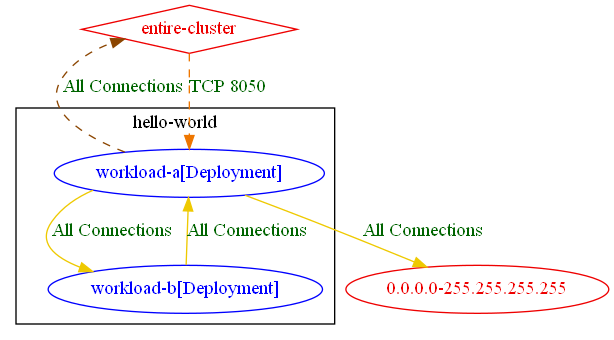
Before: test_outputs/connlist/exposure_matched_and_unmatched_rules_test_focus_workload_hello-world_workload-a_exposure_output.dot.png, a diagram exported from Graphviz (np-guard/netpol-analyzer). Its source is kept beside it as test_outputs/connlist/exposure_matched_and_unmatched_rules_test_focus_workload_hello-world_workload-a_exposure_output.dot.
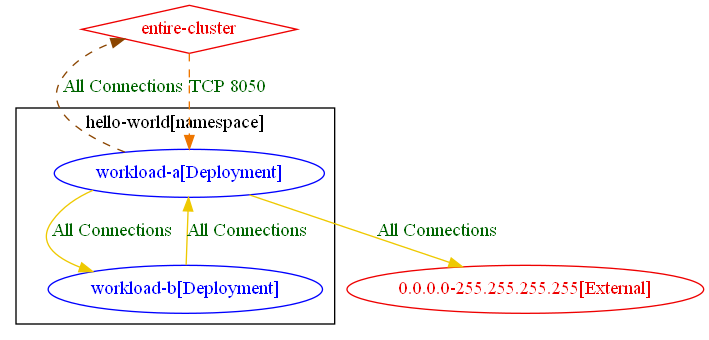
The same file after the commit.

Diff of the diagram source:
```diff
@@ -1,15 +1,15 @@
 digraph {
-	subgraph "cluster_hello_world" {
+	subgraph "cluster_hello_world[namespace]" {
 		color="black"
 		fontcolor="black"
 		"hello-world/workload-a[Deployment]" [label="workload-a[Deployment]" color="blue" fontcolor="blue"]
 		"hello-world/workload-b[Deployment]" [label="workload-b[Deployment]" color="blue" fontcolor="blue"]
-		label="hello-world"
+		label="hello-world[namespace]"
 	}
-	"0.0.0.0-255.255.255.255" [label="0.0.0.0-255.255.255.255" color="red2" fontcolor="red2"]
+	"0.0.0.0-255.255.255.255[External]" [label="0.0.0.0-255.255.255.255[External]" color="red2" fontcolor="red2"]
 	"entire-cluster" [label="entire-cluster" color="red2" fontcolor="red2" shape=diamond]
 	"entire-cluster" -> "hello-world/workload-a[Deployment]" [label="TCP 8050" color="darkorange2" fontcolor="darkgreen" weight=1 style=dashed]
-	"hello-world/workload-a[Deployment]" -> "0.0.0.0-255.255.255.255" [label="All Connections" color="gold2" fontcolor="darkgreen" weight=1]
+	"hello-world/workload-a[Deployment]" -> "0.0.0.0-255.255.255.255[External]" [label="All Connections" color="gold2" fontcolor="darkgreen" weight=1]
 	"hello-world/workload-a[Deployment]" -> "entire-cluster" [label="All Connections" color="darkorange4" fontcolor="darkgreen" weight=0.5 style=dashed]
 	"hello-world/workload-a[Deployment]" -> "hello-world/workload-b[Deployment]" [label="All Connections" color="gold2" fontcolor="darkgreen" weight=0.5]
 	"hello-world/workload-b[Deployment]" -> "hello-world/workload-a[Deployment]" [label="All Connections" color="gold2" fontcolor="darkgreen" weight=1]
```
